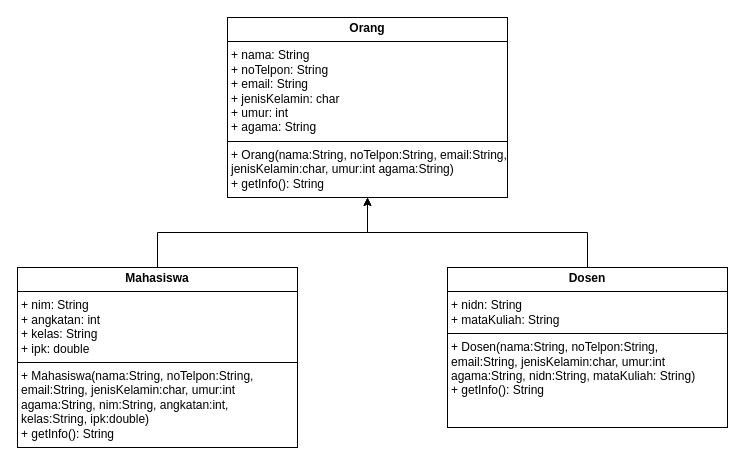
This is Hierarchical Class PBO - Hilman Zahrawa.drawio from roqueforti/PBO, a draw.io file, before an edit. Source tidied: cells renumbered, new cells numbered last; positions are measured from the earlier drawing's top-left corner, leaving out a move shared by most shapes. Both pictures are drawn from the tidied source at 100%, with x=0, y=0 at pixel (17, 17).
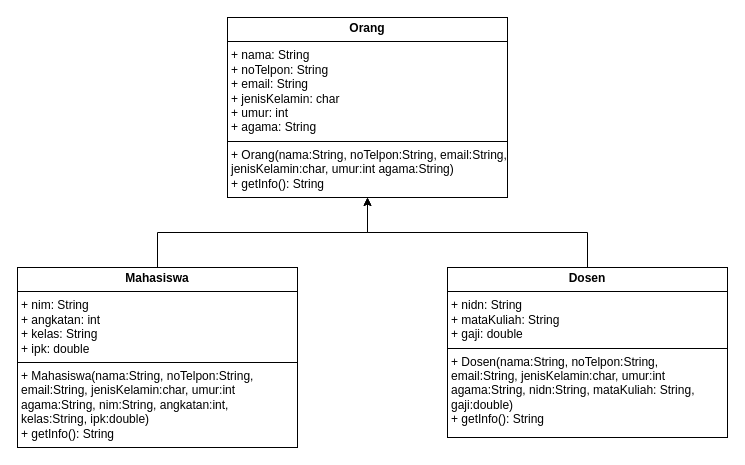
The same diagram, later.

Diff of the diagram source:
```diff
@@
 <mxGraphModel>
   <root>
     <mxCell id="0" />
     <mxCell id="1" parent="0" />
     <mxCell id="2" value="&lt;p style=&quot;margin:0px;margin-top:4px;text-align:center;&quot;&gt;&lt;b&gt;Orang&lt;/b&gt;&lt;/p&gt;&lt;hr style=&quot;border-style:solid;&quot; size=&quot;1&quot;&gt;&lt;p style=&quot;margin:0px;margin-left:4px;&quot;&gt;+ nama: String&lt;br&gt;&lt;/p&gt;&lt;p style=&quot;margin:0px;margin-left:4px;&quot;&gt;+ noTelpon: String&lt;/p&gt;&lt;p style=&quot;margin:0px;margin-left:4px;&quot;&gt;+ email: String&lt;/p&gt;&lt;p style=&quot;margin:0px;margin-left:4px;&quot;&gt;+ jenisKelamin: char&lt;/p&gt;&lt;p style=&quot;margin:0px;margin-left:4px;&quot;&gt;+ umur: int&lt;/p&gt;&lt;p style=&quot;margin:0px;margin-left:4px;&quot;&gt;+ agama: String&lt;/p&gt;&lt;hr style=&quot;border-style:solid;&quot; size=&quot;1&quot;&gt;&lt;p style=&quot;margin:0px;margin-left:4px;&quot;&gt;+ Orang(nama:String, noTelpon:String, email:String, jenisKelamin:char, umur:int agama:String)&lt;/p&gt;&lt;p style=&quot;margin:0px;margin-left:4px;&quot;&gt;&lt;span style=&quot;background-color: initial;&quot;&gt;+ getInfo(): String&lt;/span&gt;&lt;br&gt;&lt;/p&gt;" style="verticalAlign=top;align=left;overflow=fill;html=1;whiteSpace=wrap;" parent="1" vertex="1">
       <mxGeometry x="210" width="280" height="180" as="geometry" />
     </mxCell>
     <mxCell id="3" style="edgeStyle=orthogonalEdgeStyle;rounded=0;jettySize=auto;html=1;entryX=0.5;entryY=1;entryDx=0;entryDy=0;" parent="1" edge="1" source="4" target="2">
       <mxGeometry relative="1" as="geometry" />
     </mxCell>
     <mxCell id="4" value="&lt;p style=&quot;margin:0px;margin-top:4px;text-align:center;&quot;&gt;&lt;b&gt;Mahasiswa&lt;/b&gt;&lt;/p&gt;&lt;hr style=&quot;border-style:solid;&quot; size=&quot;1&quot;&gt;&lt;p style=&quot;margin:0px;margin-left:4px;&quot;&gt;+ nim: String&lt;/p&gt;&lt;p style=&quot;margin:0px;margin-left:4px;&quot;&gt;+ angkatan: int&lt;/p&gt;&lt;p style=&quot;margin:0px;margin-left:4px;&quot;&gt;+ kelas: String&lt;/p&gt;&lt;p style=&quot;margin:0px;margin-left:4px;&quot;&gt;+ ipk: double&lt;/p&gt;&lt;hr style=&quot;border-style:solid;&quot; size=&quot;1&quot;&gt;&lt;p style=&quot;margin:0px;margin-left:4px;&quot;&gt;+ Mahasiswa(nama:String, noTelpon:String, email:String, jenisKelamin:char, umur:int agama:String, nim:String, angkatan:int, kelas:String, ipk:double)&lt;span style=&quot;background-color: initial;&quot;&gt;&lt;br&gt;&lt;/span&gt;&lt;/p&gt;&lt;p style=&quot;margin:0px;margin-left:4px;&quot;&gt;&lt;span style=&quot;background-color: initial;&quot;&gt;+ getInfo(): String&lt;/span&gt;&lt;br&gt;&lt;/p&gt;" style="verticalAlign=top;align=left;overflow=fill;html=1;whiteSpace=wrap;" parent="1" vertex="1">
       <mxGeometry y="250" width="280" height="180" as="geometry" />
     </mxCell>
     <mxCell id="5" style="edgeStyle=orthogonalEdgeStyle;rounded=0;jettySize=auto;html=1;entryX=0.5;entryY=1;entryDx=0;entryDy=0;" parent="1" edge="1" source="6" target="2">
       <mxGeometry relative="1" as="geometry" />
     </mxCell>
-    <mxCell id="6" value="&lt;p style=&quot;margin:0px;margin-top:4px;text-align:center;&quot;&gt;&lt;b&gt;Dosen&lt;/b&gt;&lt;/p&gt;&lt;hr style=&quot;border-style:solid;&quot; size=&quot;1&quot;&gt;&lt;p style=&quot;margin:0px;margin-left:4px;&quot;&gt;+ nidn: String&lt;/p&gt;&lt;p style=&quot;margin:0px;margin-left:4px;&quot;&gt;+ mataKuliah: String&lt;/p&gt;&lt;hr style=&quot;border-style:solid;&quot; size=&quot;1&quot;&gt;&lt;p style=&quot;margin:0px;margin-left:4px;&quot;&gt;&lt;span style=&quot;background-color: initial;&quot;&gt;+ Dosen&lt;/span&gt;&lt;span style=&quot;background-color: initial;&quot;&gt;(nama:String, noTelpon:String, email:String, jenisKelamin:char, umur:int agama:String, nidn:String, mataKuliah: String)&lt;/span&gt;&lt;/p&gt;&lt;p style=&quot;margin:0px;margin-left:4px;&quot;&gt;&lt;span style=&quot;background-color: initial;&quot;&gt;+ getInfo(): String&lt;/span&gt;&lt;br&gt;&lt;/p&gt;" style="verticalAlign=top;align=left;overflow=fill;html=1;whiteSpace=wrap;" parent="1" vertex="1">
-      <mxGeometry x="430" y="250" width="280" height="160" as="geometry" />
+    <mxCell id="6" value="&lt;p style=&quot;margin:0px;margin-top:4px;text-align:center;&quot;&gt;&lt;b&gt;Dosen&lt;/b&gt;&lt;/p&gt;&lt;hr style=&quot;border-style:solid;&quot; size=&quot;1&quot;&gt;&lt;p style=&quot;margin:0px;margin-left:4px;&quot;&gt;+ nidn: String&lt;/p&gt;&lt;p style=&quot;margin:0px;margin-left:4px;&quot;&gt;+ mataKuliah: String&lt;/p&gt;&lt;p style=&quot;margin:0px;margin-left:4px;&quot;&gt;+ gaji: double&lt;/p&gt;&lt;hr style=&quot;border-style:solid;&quot; size=&quot;1&quot;&gt;&lt;p style=&quot;margin:0px;margin-left:4px;&quot;&gt;&lt;span style=&quot;background-color: initial;&quot;&gt;+ Dosen&lt;/span&gt;&lt;span style=&quot;background-color: initial;&quot;&gt;(nama:String, noTelpon:String, email:String, jenisKelamin:char, umur:int agama:String, nidn:String, mataKuliah: String, gaji:double)&lt;/span&gt;&lt;/p&gt;&lt;p style=&quot;margin:0px;margin-left:4px;&quot;&gt;&lt;span style=&quot;background-color: initial;&quot;&gt;+ getInfo(): String&lt;/span&gt;&lt;br&gt;&lt;/p&gt;" style="verticalAlign=top;align=left;overflow=fill;html=1;whiteSpace=wrap;" parent="1" vertex="1">
+      <mxGeometry x="430" y="250" width="280" height="170" as="geometry" />
     </mxCell>
   </root>
 </mxGraphModel>
```
